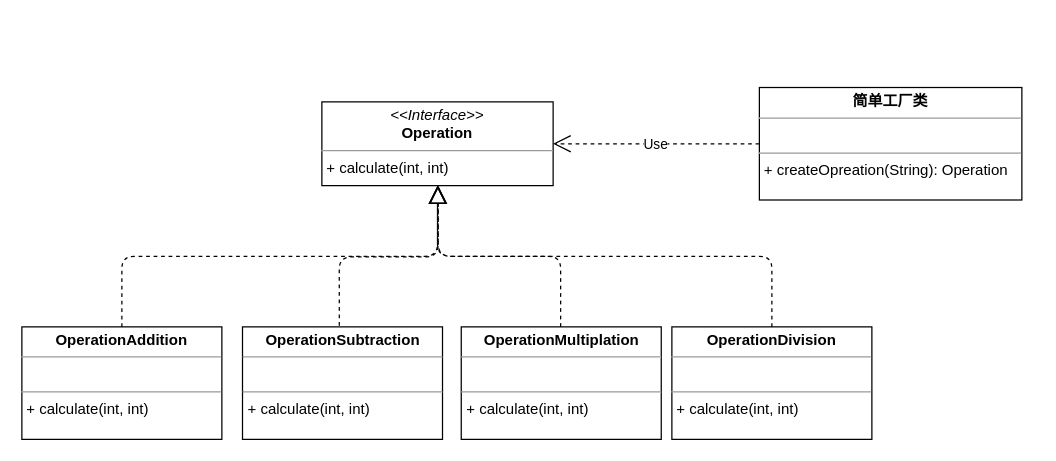
Earlier version of the draw.io diagram SimpleFactory.drawio (Imjw/draw-file). Source tidied: cells renumbered, new cells numbered last; positions are measured from the earlier drawing's top-left corner, leaving out a move shared by most shapes. Both pictures are drawn from the tidied source at 125%, with x=0, y=0 at pixel (21, 86).
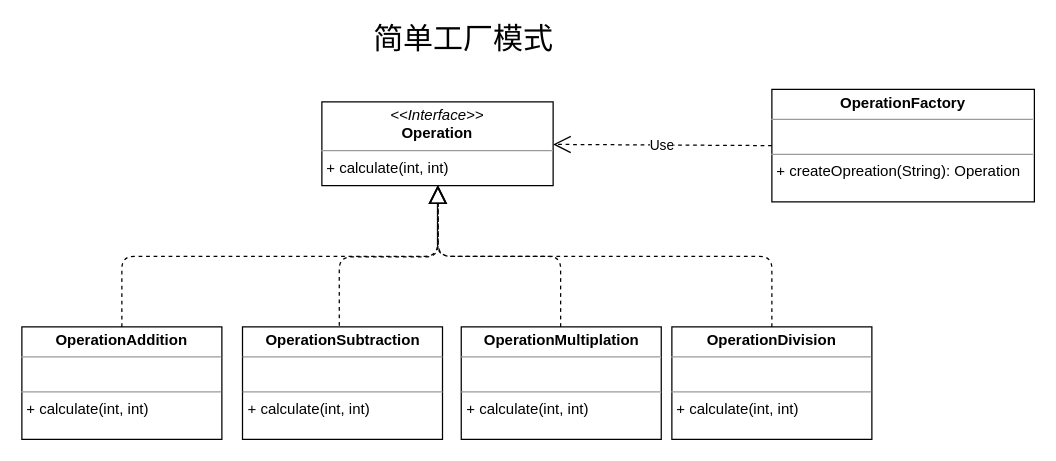
The same diagram, later.

Diff of the diagram source:
```diff
@@
 <mxGraphModel>
   <root>
     <mxCell id="0" />
     <mxCell id="1" parent="0" />
     <mxCell id="2" value="&lt;p style=&quot;margin: 0px ; margin-top: 4px ; text-align: center&quot;&gt;&lt;b&gt;OperationAddition&lt;/b&gt;&lt;/p&gt;&lt;hr size=&quot;1&quot;&gt;&lt;p style=&quot;margin: 0px ; margin-left: 4px&quot;&gt;&lt;br&gt;&lt;/p&gt;&lt;hr size=&quot;1&quot;&gt;&lt;p style=&quot;margin: 0px ; margin-left: 4px&quot;&gt;+&amp;nbsp;calculate(int, int)&lt;br&gt;&lt;/p&gt;" style="verticalAlign=top;align=left;overflow=fill;fontSize=12;fontFamily=Helvetica;html=1;" parent="1" vertex="1">
       <mxGeometry y="192" width="160" height="90" as="geometry" />
     </mxCell>
     <mxCell id="3" value="&lt;p style=&quot;margin: 0px ; margin-top: 4px ; text-align: center&quot;&gt;&lt;i&gt;&amp;lt;&amp;lt;Interface&amp;gt;&amp;gt;&lt;/i&gt;&lt;br&gt;&lt;b&gt;Operation&lt;/b&gt;&lt;/p&gt;&lt;hr size=&quot;1&quot;&gt;&lt;p style=&quot;margin: 0px ; margin-left: 4px&quot;&gt;+&amp;nbsp;calculate(int, int)&lt;br&gt;&lt;/p&gt;" style="verticalAlign=top;align=left;overflow=fill;fontSize=12;fontFamily=Helvetica;html=1;" parent="1" vertex="1">
       <mxGeometry x="240" y="12" width="185" height="67" as="geometry" />
     </mxCell>
     <mxCell id="4" value="&lt;p style=&quot;margin: 0px ; margin-top: 4px ; text-align: center&quot;&gt;&lt;b&gt;OperationSubtraction&lt;/b&gt;&lt;/p&gt;&lt;hr size=&quot;1&quot;&gt;&lt;p style=&quot;margin: 0px ; margin-left: 4px&quot;&gt;&lt;br&gt;&lt;/p&gt;&lt;hr size=&quot;1&quot;&gt;&lt;p style=&quot;margin: 0px ; margin-left: 4px&quot;&gt;+&amp;nbsp;calculate(int, int)&lt;br&gt;&lt;/p&gt;" style="verticalAlign=top;align=left;overflow=fill;fontSize=12;fontFamily=Helvetica;html=1;" parent="1" vertex="1">
       <mxGeometry x="176.5" y="192" width="160" height="90" as="geometry" />
     </mxCell>
     <mxCell id="5" value="&lt;p style=&quot;margin: 0px ; margin-top: 4px ; text-align: center&quot;&gt;&lt;b&gt;OperationMultiplation&lt;/b&gt;&lt;/p&gt;&lt;hr size=&quot;1&quot;&gt;&lt;p style=&quot;margin: 0px ; margin-left: 4px&quot;&gt;&lt;br&gt;&lt;/p&gt;&lt;hr size=&quot;1&quot;&gt;&lt;p style=&quot;margin: 0px ; margin-left: 4px&quot;&gt;+&amp;nbsp;calculate(int, int)&lt;br&gt;&lt;/p&gt;" style="verticalAlign=top;align=left;overflow=fill;fontSize=12;fontFamily=Helvetica;html=1;" parent="1" vertex="1">
       <mxGeometry x="351.5" y="192" width="160" height="90" as="geometry" />
     </mxCell>
     <mxCell id="6" value="&lt;p style=&quot;margin: 0px ; margin-top: 4px ; text-align: center&quot;&gt;&lt;b&gt;OperationDivision&lt;/b&gt;&lt;/p&gt;&lt;hr size=&quot;1&quot;&gt;&lt;p style=&quot;margin: 0px ; margin-left: 4px&quot;&gt;&lt;br&gt;&lt;/p&gt;&lt;hr size=&quot;1&quot;&gt;&lt;p style=&quot;margin: 0px ; margin-left: 4px&quot;&gt;+&amp;nbsp;calculate(int, int)&lt;br&gt;&lt;/p&gt;" style="verticalAlign=top;align=left;overflow=fill;fontSize=12;fontFamily=Helvetica;html=1;" parent="1" vertex="1">
       <mxGeometry x="520" y="192" width="160" height="90" as="geometry" />
     </mxCell>
-    <mxCell id="7" value="&lt;p style=&quot;margin: 0px ; margin-top: 4px ; text-align: center&quot;&gt;&lt;b&gt;简单工厂类&lt;/b&gt;&lt;/p&gt;&lt;hr size=&quot;1&quot;&gt;&lt;p style=&quot;margin: 0px ; margin-left: 4px&quot;&gt;&lt;br&gt;&lt;/p&gt;&lt;hr size=&quot;1&quot;&gt;&lt;p style=&quot;margin: 0px ; margin-left: 4px&quot;&gt;+ createOpreation(String): Operation&lt;/p&gt;" style="verticalAlign=top;align=left;overflow=fill;fontSize=12;fontFamily=Helvetica;html=1;" parent="1" vertex="1">
-      <mxGeometry x="590" y="0.5" width="210" height="90" as="geometry" />
+    <mxCell id="7" value="&lt;p style=&quot;margin: 0px ; margin-top: 4px ; text-align: center&quot;&gt;&lt;b&gt;OperationFactory&lt;/b&gt;&lt;/p&gt;&lt;hr size=&quot;1&quot;&gt;&lt;p style=&quot;margin: 0px ; margin-left: 4px&quot;&gt;&lt;br&gt;&lt;/p&gt;&lt;hr size=&quot;1&quot;&gt;&lt;p style=&quot;margin: 0px ; margin-left: 4px&quot;&gt;+ createOpreation(String): Operation&lt;/p&gt;" style="verticalAlign=top;align=left;overflow=fill;fontSize=12;fontFamily=Helvetica;html=1;" parent="1" vertex="1">
+      <mxGeometry x="600" y="2" width="210" height="90" as="geometry" />
     </mxCell>
     <mxCell id="8" value="Use" style="endArrow=open;endSize=12;dashed=1;html=1;exitX=0;exitY=0.5;exitDx=0;exitDy=0;" parent="1" edge="1" source="7" target="3">
       <mxGeometry relative="1" as="geometry" />
     </mxCell>
     <mxCell id="9" style="endArrow=block;dashed=1;endFill=0;endSize=12;html=1;exitX=0.5;exitY=0;exitDx=0;exitDy=0;entryX=0.5;entryY=1;entryDx=0;entryDy=0;edgeStyle=orthogonalEdgeStyle;" parent="1" edge="1" source="6" target="3">
       <mxGeometry relative="1" as="geometry" />
     </mxCell>
     <mxCell id="10" style="endArrow=block;dashed=1;endFill=0;endSize=12;html=1;exitX=0.497;exitY=0;exitDx=0;exitDy=0;exitPerimeter=0;edgeStyle=orthogonalEdgeStyle;entryX=0.503;entryY=1;entryDx=0;entryDy=0;entryPerimeter=0;" parent="1" edge="1" source="5" target="3">
       <mxGeometry relative="1" as="geometry" />
     </mxCell>
     <mxCell id="11" style="endArrow=block;dashed=1;endFill=0;endSize=12;html=1;edgeStyle=orthogonalEdgeStyle;exitX=0.5;exitY=0;exitDx=0;exitDy=0;exitPerimeter=0;" parent="1" edge="1" source="2" target="3">
       <mxGeometry relative="1" as="geometry" />
     </mxCell>
     <mxCell id="12" style="endArrow=block;dashed=1;endFill=0;endSize=12;html=1;edgeStyle=orthogonalEdgeStyle;exitX=0.484;exitY=-0.011;exitDx=0;exitDy=0;exitPerimeter=0;" parent="1" edge="1" source="4" target="3">
       <mxGeometry relative="1" as="geometry">
         <Array as="points">
           <mxPoint x="254" y="136" />
           <mxPoint x="333" y="136" />
         </Array>
       </mxGeometry>
     </mxCell>
+    <mxCell id="13" value="简单工厂模式" style="text;html=1;strokeColor=none;fillColor=none;align=center;verticalAlign=middle;whiteSpace=wrap;rounded=0;fontSize=24;" parent="1" vertex="1">
+      <mxGeometry x="249" y="-48" width="209" height="20" as="geometry" />
+    </mxCell>
   </root>
 </mxGraphModel>
```
